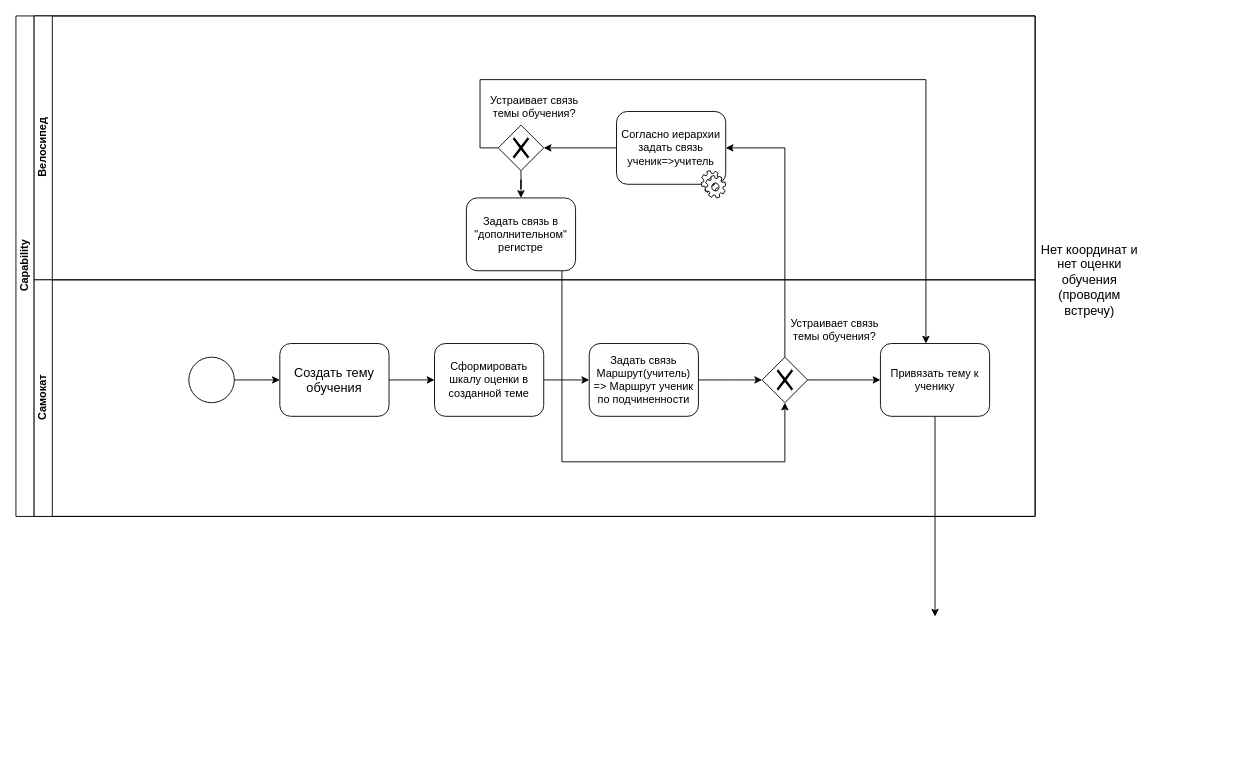
VillyVonka537/iograf keeps this draw.io diagram as Диаграмма без названия.drawio. Above is the earlier version. Source tidied: cells renumbered, new cells numbered last; positions are measured from the earlier drawing's top-left corner, leaving out a move shared by most shapes. Both pictures are drawn from the tidied source at 91%, with x=0, y=0 at pixel (15, 15).
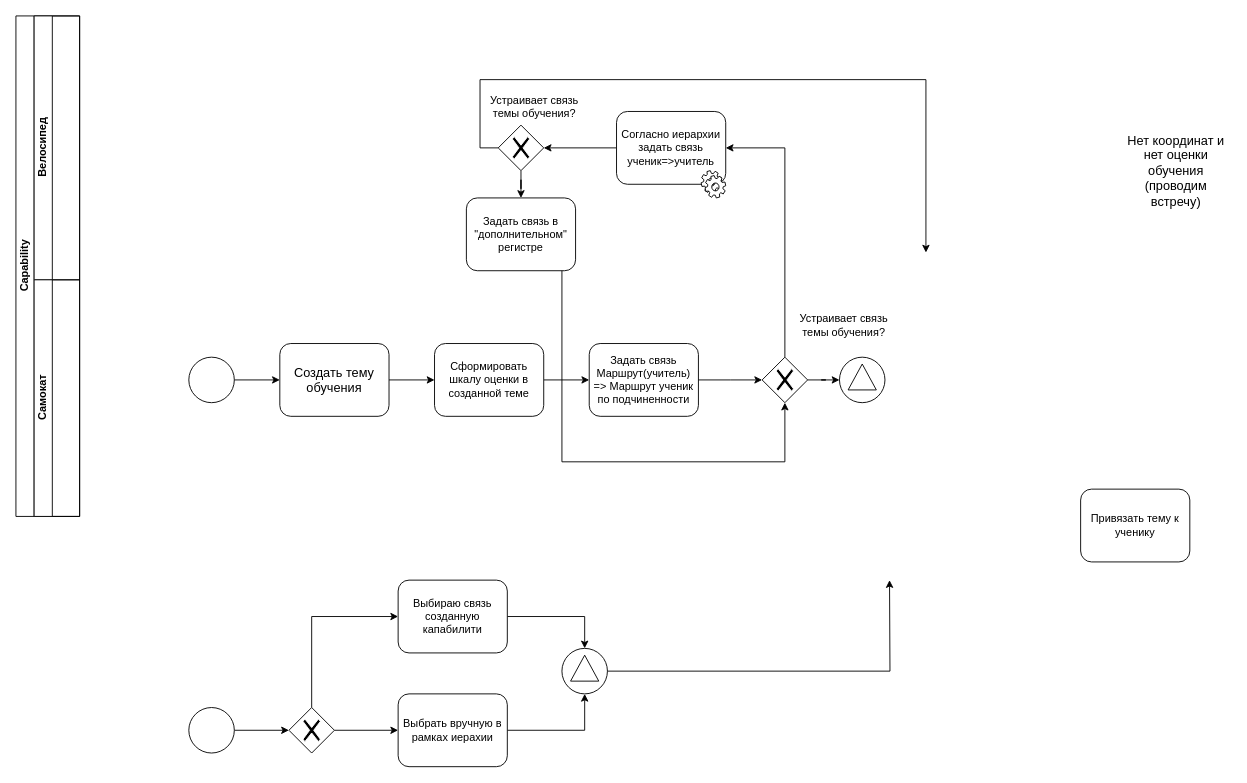
The same page after the edit.

Unchanged cells that the change refers to:
```xml
<mxCell id="6" style="shape=mxgraph.bpmn.shape;html=1;verticalLabelPosition=bottom;labelBackgroundColor=#ffffff;verticalAlign=top;align=center;perimeter=rhombusPerimeter;background=gateway;outlineConnect=0;outline=none;symbol=exclusiveGw;" parent="3" vertex="1">
  <mxGeometry x="510" y="120" width="50" height="50" as="geometry" />
</mxCell>
<mxCell id="22" style="shape=mxgraph.bpmn.shape;html=1;verticalLabelPosition=bottom;labelBackgroundColor=#ffffff;verticalAlign=top;align=center;perimeter=rhombusPerimeter;background=gateway;outlineConnect=0;outline=none;symbol=exclusiveGw;" parent="13" vertex="1">
  <mxGeometry x="800" y="85" width="50" height="50" as="geometry" />
</mxCell>
```

The edit, as a diff of the source:
```diff
@@
     <mxCell id="2" value="Capability&lt;br&gt;" style="swimlane;html=1;horizontal=0;startSize=20;" parent="1" vertex="1">
-      <mxGeometry width="1120" height="550" as="geometry" />
+      <mxGeometry width="70" height="550" as="geometry" />
     </mxCell>
     <mxCell id="3" value="Велосипед" style="swimlane;html=1;startSize=20;horizontal=0;" parent="2" vertex="1">
-      <mxGeometry x="20" width="1100" height="290" as="geometry" />
+      <mxGeometry x="20" width="50" height="290" as="geometry" />
     </mxCell>
@@
     <mxCell id="12" style="edgeStyle=orthogonalEdgeStyle;rounded=0;jettySize=auto;html=1;exitX=0;exitY=0.5;exitDx=0;exitDy=0;" parent="2" edge="1" source="6">
       <mxGeometry relative="1" as="geometry">
-        <mxPoint x="1000" y="360" as="targetPoint" />
+        <mxPoint x="1000" y="260" as="targetPoint" />
         <Array as="points">
           <mxPoint x="510" y="145" />
           <mxPoint x="510" y="70" />
           <mxPoint x="1000" y="70" />
         </Array>
       </mxGeometry>
     </mxCell>
     <mxCell id="13" value="Самокат" style="swimlane;html=1;startSize=20;horizontal=0;" parent="2" vertex="1">
-      <mxGeometry x="20" y="290" width="1100" height="260" as="geometry" />
+      <mxGeometry x="20" y="290" width="50" height="260" as="geometry" />
     </mxCell>
@@
-    <mxCell id="17" value="Устраивает связь темы обучения?" style="text;html=1;strokeColor=none;fillColor=none;align=center;verticalAlign=middle;whiteSpace=wrap;rounded=0;" parent="13" vertex="1">
-      <mxGeometry x="830" y="25" width="100" height="60" as="geometry" />
-    </mxCell>
@@
-    <mxCell id="23" value="Привязать тему к ученику" style="shape=ext;rounded=1;html=1;whiteSpace=wrap;" parent="13" vertex="1">
-      <mxGeometry x="930" y="70" width="120" height="80" as="geometry" />
-    </mxCell>
@@
-    <mxCell id="26" style="edgeStyle=orthogonalEdgeStyle;rounded=0;jettySize=auto;html=1;" parent="1" edge="1" source="22">
-      <mxGeometry relative="1" as="geometry">
-        <mxPoint x="950" y="400" as="targetPoint" />
-      </mxGeometry>
-    </mxCell>
-    <mxCell id="27" style="edgeStyle=orthogonalEdgeStyle;rounded=0;jettySize=auto;html=1;" parent="1" edge="1" source="23">
-      <mxGeometry relative="1" as="geometry">
-        <mxPoint x="1010" y="660" as="targetPoint" />
-      </mxGeometry>
-    </mxCell>
     <mxCell id="28" value="&lt;font style=&quot;font-size: 14px&quot;&gt;Нет координат и нет оценки обучения (проводим встречу)&lt;/font&gt;" style="text;html=1;strokeColor=none;fillColor=none;align=center;verticalAlign=middle;whiteSpace=wrap;rounded=0;" parent="1" vertex="1">
-      <mxGeometry x="1120" y="240" width="120" height="100" as="geometry" />
+      <mxGeometry x="1215" y="120" width="120" height="100" as="geometry" />
     </mxCell>
+    <mxCell id="29" style="edgeStyle=orthogonalEdgeStyle;rounded=0;jettySize=auto;html=1;entryX=0;entryY=0.5;entryDx=0;entryDy=0;" parent="1" edge="1" source="30" target="35">
+      <mxGeometry relative="1" as="geometry" />
+    </mxCell>
+    <mxCell id="30" style="shape=mxgraph.bpmn.shape;html=1;verticalLabelPosition=bottom;labelBackgroundColor=#ffffff;verticalAlign=top;align=center;perimeter=ellipsePerimeter;outlineConnect=0;outline=standard;symbol=general;" parent="1" vertex="1">
+      <mxGeometry x="190" y="760" width="50" height="50" as="geometry" />
+    </mxCell>
+    <mxCell id="31" style="edgeStyle=orthogonalEdgeStyle;rounded=0;jettySize=auto;html=1;entryX=0.5;entryY=0;entryDx=0;entryDy=0;" parent="1" edge="1" source="32" target="39">
+      <mxGeometry relative="1" as="geometry" />
+    </mxCell>
+    <mxCell id="32" value="Выбираю связь созданную капабилити" style="shape=ext;rounded=1;html=1;whiteSpace=wrap;" parent="1" vertex="1">
+      <mxGeometry x="420" y="620" width="120" height="80" as="geometry" />
+    </mxCell>
+    <mxCell id="33" style="edgeStyle=orthogonalEdgeStyle;rounded=0;jettySize=auto;html=1;entryX=0;entryY=0.5;entryDx=0;entryDy=0;" parent="1" edge="1" source="35" target="32">
+      <mxGeometry relative="1" as="geometry">
+        <Array as="points">
+          <mxPoint x="325" y="660" />
+        </Array>
+      </mxGeometry>
+    </mxCell>
+    <mxCell id="34" style="edgeStyle=orthogonalEdgeStyle;rounded=0;jettySize=auto;html=1;entryX=0;entryY=0.5;entryDx=0;entryDy=0;" parent="1" edge="1" source="35" target="37">
+      <mxGeometry relative="1" as="geometry" />
+    </mxCell>
+    <mxCell id="35" style="shape=mxgraph.bpmn.shape;html=1;verticalLabelPosition=bottom;labelBackgroundColor=#ffffff;verticalAlign=top;align=center;perimeter=rhombusPerimeter;background=gateway;outlineConnect=0;outline=none;symbol=exclusiveGw;" parent="1" vertex="1">
+      <mxGeometry x="300" y="760" width="50" height="50" as="geometry" />
+    </mxCell>
+    <mxCell id="36" style="edgeStyle=orthogonalEdgeStyle;rounded=0;jettySize=auto;html=1;entryX=0.5;entryY=1;entryDx=0;entryDy=0;" parent="1" edge="1" source="37" target="39">
+      <mxGeometry relative="1" as="geometry" />
+    </mxCell>
+    <mxCell id="37" value="Выбрать вручную в рамках иерахии" style="shape=ext;rounded=1;html=1;whiteSpace=wrap;" parent="1" vertex="1">
+      <mxGeometry x="420" y="745" width="120" height="80" as="geometry" />
+    </mxCell>
+    <mxCell id="38" style="edgeStyle=orthogonalEdgeStyle;rounded=0;jettySize=auto;html=1;exitX=1;exitY=0.5;exitDx=0;exitDy=0;" parent="1" edge="1" source="39">
+      <mxGeometry relative="1" as="geometry">
+        <mxPoint x="960" y="620" as="targetPoint" />
+      </mxGeometry>
+    </mxCell>
+    <mxCell id="39" style="shape=mxgraph.bpmn.shape;html=1;verticalLabelPosition=bottom;labelBackgroundColor=#ffffff;verticalAlign=top;align=center;perimeter=ellipsePerimeter;outlineConnect=0;outline=standard;symbol=signal;" parent="1" vertex="1">
+      <mxGeometry x="600" y="695" width="50" height="50" as="geometry" />
+    </mxCell>
+    <mxCell id="23" value="Привязать тему к ученику" style="shape=ext;rounded=1;html=1;whiteSpace=wrap;" parent="1" vertex="1">
+      <mxGeometry x="1170" y="520" width="120" height="80" as="geometry" />
+    </mxCell>
+    <mxCell id="40" style="shape=mxgraph.bpmn.shape;html=1;verticalLabelPosition=bottom;labelBackgroundColor=#ffffff;verticalAlign=top;align=center;perimeter=ellipsePerimeter;outlineConnect=0;outline=standard;symbol=signal;" parent="1" vertex="1">
+      <mxGeometry x="905" y="375" width="50" height="50" as="geometry" />
+    </mxCell>
+    <mxCell id="17" value="Устраивает связь темы обучения?" style="text;html=1;strokeColor=none;fillColor=none;align=center;verticalAlign=middle;whiteSpace=wrap;rounded=0;" parent="1" vertex="1">
+      <mxGeometry x="860" y="310" width="100" height="60" as="geometry" />
+    </mxCell>
+    <mxCell id="41" style="edgeStyle=orthogonalEdgeStyle;rounded=0;jettySize=auto;html=1;exitX=1;exitY=0.5;exitDx=0;exitDy=0;" parent="1" edge="1" source="22" target="40">
+      <mxGeometry relative="1" as="geometry" />
+    </mxCell>
```
